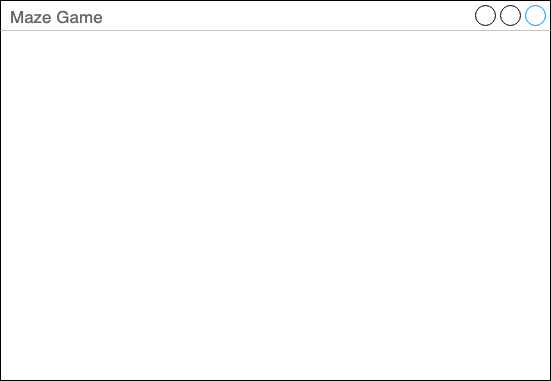
The draw.io diagram Assignment/Main Screen.drawio.png in CGS-Jack-Bashford/SDD-2022, before a commit. Source tidied: cells renumbered, new cells last; positions are measured from the earlier drawing's top-left corner, leaving out a move shared by most shapes.
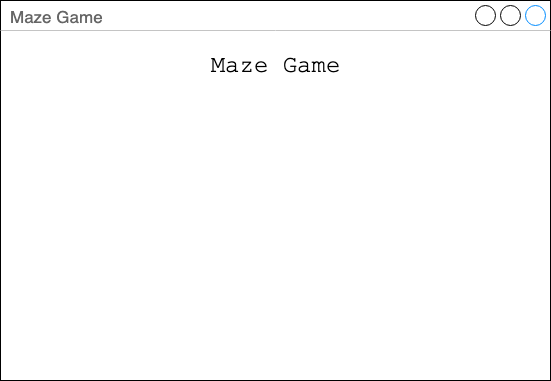
Above is the later version.

What changed in the source:
```diff
@@ -5,5 +5,8 @@
     <mxCell id="2" value="Maze Game" style="strokeWidth=1;shadow=0;dashed=0;align=center;html=1;shape=mxgraph.mockup.containers.window;align=left;verticalAlign=top;spacingLeft=8;strokeColor2=#008cff;strokeColor3=#c4c4c4;fontColor=#666666;mainText=;fontSize=17;labelBackgroundColor=none;" parent="1" vertex="1">
       <mxGeometry width="550" height="380" as="geometry" />
     </mxCell>
+    <mxCell id="3" value="&lt;font style=&quot;font-size: 24px&quot;&gt;Maze Game&lt;/font&gt;" style="text;html=1;align=center;verticalAlign=middle;fillColor=none;strokeColor=none;rounded=0;fontFamily=Courier New;fontSize=24;" parent="1" vertex="1">
+      <mxGeometry x="200" y="50" width="150" height="30" as="geometry" />
+    </mxCell>
   </root>
 </mxGraphModel>
```
